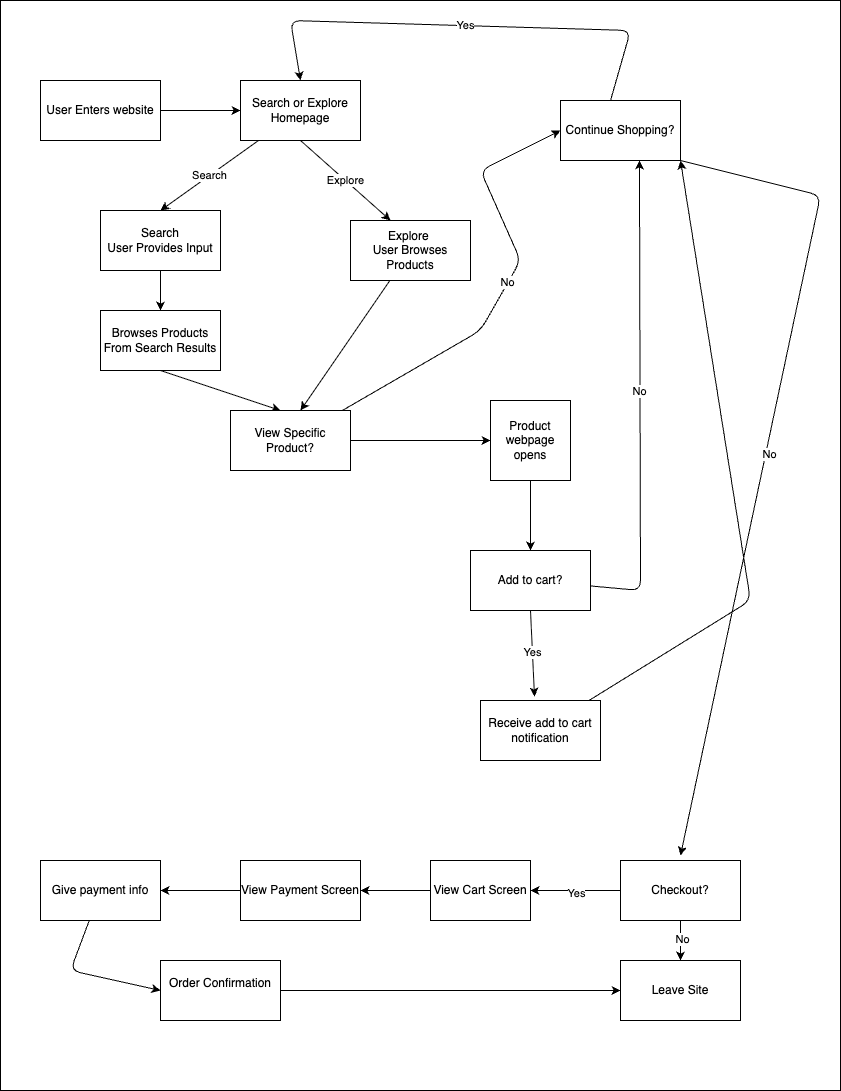
This is explore/diagramming/diagram.drawio.png from Rohaansandhu/sp26-cse110-lab4, a draw.io export, as it was before one commit. Source tidied: cells renumbered, new cells last; positions are measured from the earlier drawing's top-left corner, leaving out a move shared by most shapes.
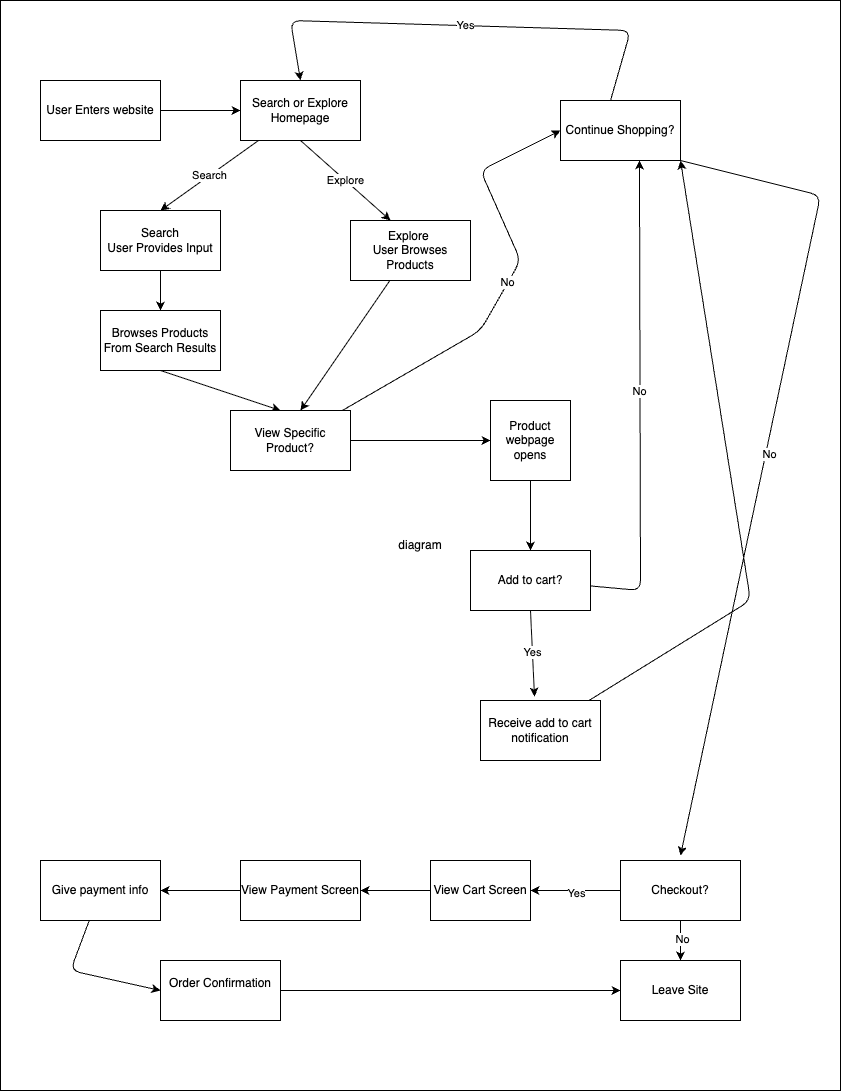
Above is the later version.

Commit message:
Add text to make background render

The edit, as a diff of the source:
```diff
@@ -2,7 +2,7 @@
   <root>
     <mxCell id="0" />
     <mxCell id="1" parent="0" />
-    <mxCell id="2" style="rounded=0;whiteSpace=wrap;html=1;labelBackgroundColor=default;" parent="1" vertex="1">
+    <mxCell id="2" value="diagram" style="rounded=0;whiteSpace=wrap;html=1;labelBackgroundColor=default;" parent="1" vertex="1">
       <mxGeometry width="840" height="1090" as="geometry" />
     </mxCell>
     <mxCell id="3" style="edgeStyle=none;html=1;entryX=0;entryY=0.5;entryDx=0;entryDy=0;" parent="1" edge="1" source="4" target="7">
```
